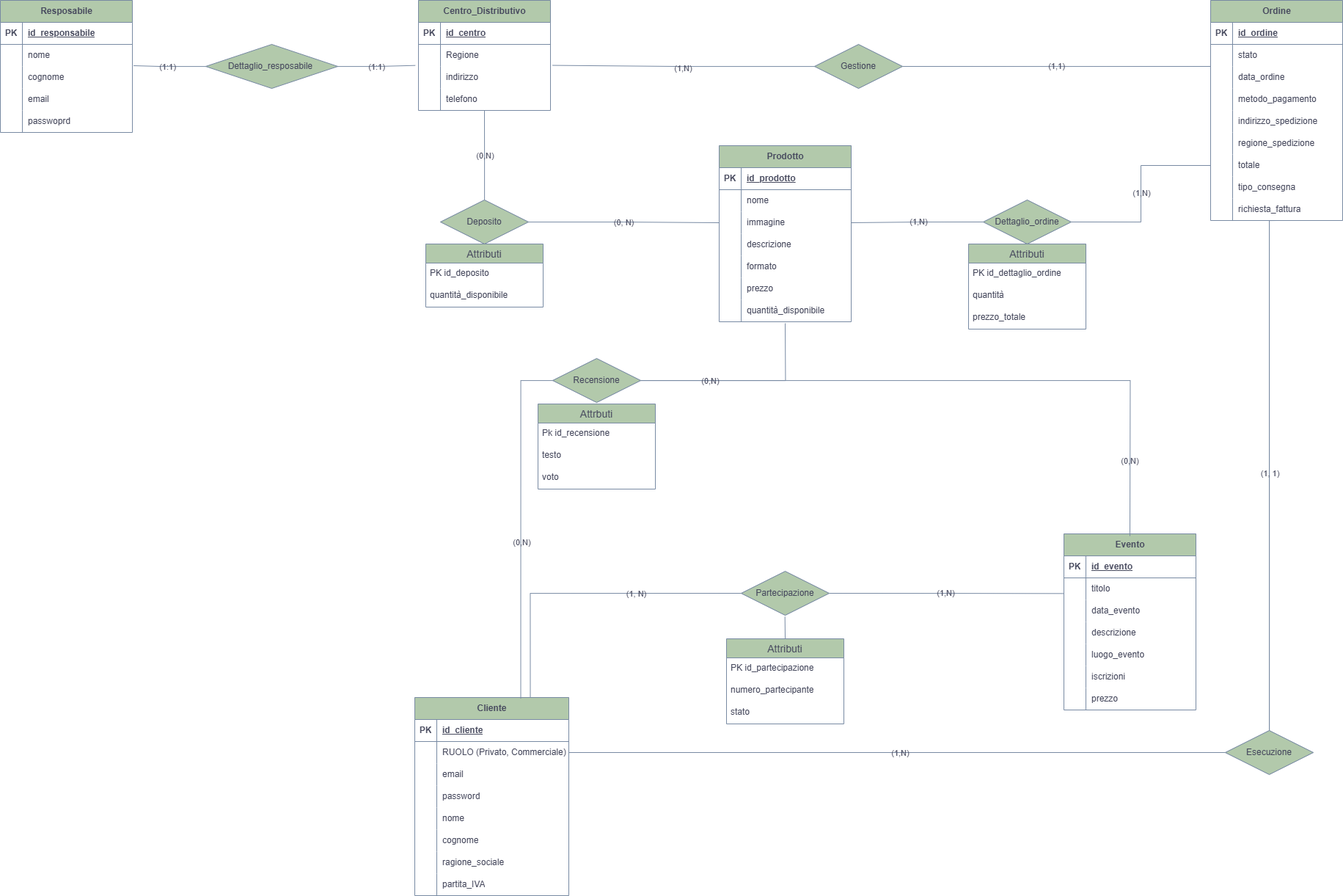
Earlier version of the draw.io export Tenuta_Beltrani.drawio.png (Lara848/Progetto_BdD). Source tidied: cells renumbered, new cells last; positions are measured from the earlier drawing's top-left corner, leaving out a move shared by most shapes.
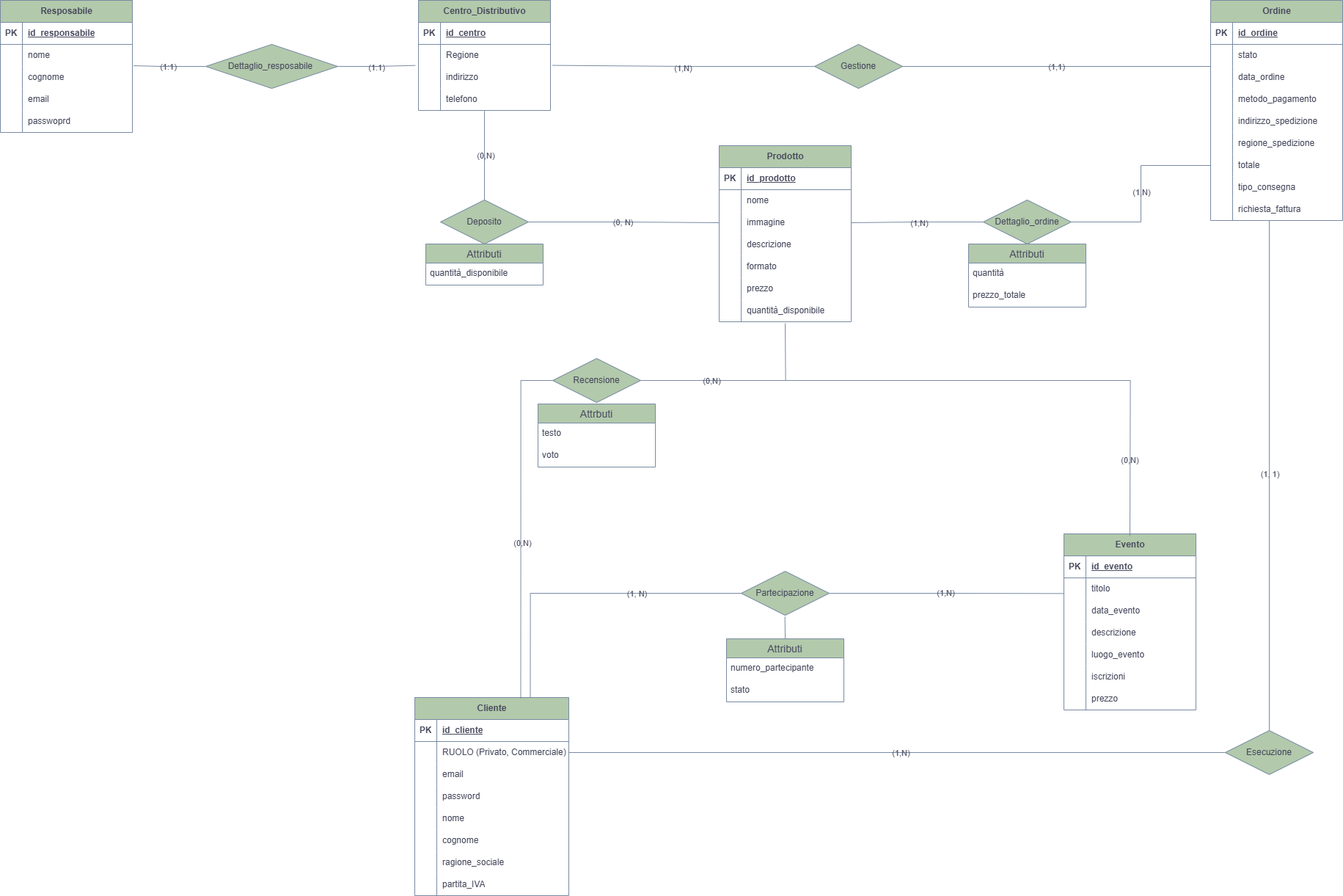
Above is the later version.

The edit, as a diff of the source:
```diff
@@ -358,16 +358,13 @@
       </mxGeometry>
     </mxCell>
     <mxCell id="119" value="Attributi" style="swimlane;fontStyle=0;horizontal=1;startSize=26;align=center;fontSize=14;labelBackgroundColor=none;fillColor=#B2C9AB;strokeColor=#788AA3;fontColor=#46495D;" parent="1" vertex="1">
-      <mxGeometry x="990" y="870" width="160" height="116" as="geometry" />
+      <mxGeometry x="990" y="870" width="160" height="86" as="geometry" />
     </mxCell>
-    <mxCell id="120" value="PK id_partecipazione" style="text;strokeColor=none;fillColor=none;spacingLeft=4;spacingRight=4;overflow=hidden;fontSize=12;whiteSpace=wrap;html=1;labelBackgroundColor=none;fontColor=#46495D;" parent="119" vertex="1">
-      <mxGeometry y="26" width="160" height="30" as="geometry" />
-    </mxCell>
     <mxCell id="121" value="numero_partecipante" style="text;strokeColor=none;fillColor=none;spacingLeft=4;spacingRight=4;overflow=hidden;fontSize=12;whiteSpace=wrap;html=1;labelBackgroundColor=none;fontColor=#46495D;" parent="119" vertex="1">
-      <mxGeometry y="56" width="160" height="30" as="geometry" />
+      <mxGeometry y="26" width="160" height="30" as="geometry" />
     </mxCell>
     <mxCell id="122" value="stato" style="text;strokeColor=none;fillColor=none;spacingLeft=4;spacingRight=4;overflow=hidden;fontSize=12;whiteSpace=wrap;html=1;labelBackgroundColor=none;fontColor=#46495D;" parent="119" vertex="1">
-      <mxGeometry y="86" width="160" height="30" as="geometry" />
+      <mxGeometry y="56" width="160" height="30" as="geometry" />
     </mxCell>
     <mxCell id="123" style="edgeStyle=orthogonalEdgeStyle;rounded=0;jettySize=auto;html=1;exitX=1;exitY=0.5;exitDx=0;exitDy=0;endArrow=none;startFill=0;labelBackgroundColor=none;strokeColor=#788AA3;fontColor=default;" parent="1" edge="1" source="125">
       <mxGeometry relative="1" as="geometry">
@@ -410,16 +407,13 @@
       <mxGeometry x="753" y="488" width="120" height="60" as="geometry" />
     </mxCell>
     <mxCell id="133" value="Attrbuti" style="swimlane;fontStyle=0;horizontal=1;startSize=26;align=center;fontSize=14;labelBackgroundColor=none;fillColor=#B2C9AB;strokeColor=#788AA3;fontColor=#46495D;" parent="1" vertex="1">
-      <mxGeometry x="733" y="550" width="160" height="116" as="geometry" />
+      <mxGeometry x="733" y="550" width="160" height="86" as="geometry" />
     </mxCell>
-    <mxCell id="134" value="Pk id_recensione" style="text;strokeColor=none;fillColor=none;spacingLeft=4;spacingRight=4;overflow=hidden;fontSize=12;whiteSpace=wrap;html=1;labelBackgroundColor=none;fontColor=#46495D;" parent="133" vertex="1">
-      <mxGeometry y="26" width="160" height="30" as="geometry" />
-    </mxCell>
     <mxCell id="135" value="testo" style="text;strokeColor=none;fillColor=none;spacingLeft=4;spacingRight=4;overflow=hidden;fontSize=12;whiteSpace=wrap;html=1;labelBackgroundColor=none;fontColor=#46495D;" parent="133" vertex="1">
-      <mxGeometry y="56" width="160" height="30" as="geometry" />
+      <mxGeometry y="26" width="160" height="30" as="geometry" />
     </mxCell>
     <mxCell id="136" value="voto" style="text;strokeColor=none;fillColor=none;spacingLeft=4;spacingRight=4;overflow=hidden;fontSize=12;whiteSpace=wrap;html=1;labelBackgroundColor=none;fontColor=#46495D;" parent="133" vertex="1">
-      <mxGeometry y="86" width="160" height="30" as="geometry" />
+      <mxGeometry y="56" width="160" height="30" as="geometry" />
     </mxCell>
     <mxCell id="137" style="edgeStyle=orthogonalEdgeStyle;rounded=0;jettySize=auto;html=1;endArrow=none;startFill=0;labelBackgroundColor=none;strokeColor=#788AA3;fontColor=default;" parent="1" edge="1" source="138">
       <mxGeometry relative="1" as="geometry">
@@ -451,16 +445,13 @@
       <mxGeometry x="1340" y="272" width="120" height="60" as="geometry" />
     </mxCell>
     <mxCell id="146" value="Attributi" style="swimlane;fontStyle=0;horizontal=1;startSize=26;align=center;fontSize=14;labelBackgroundColor=none;fillColor=#B2C9AB;strokeColor=#788AA3;fontColor=#46495D;" parent="1" vertex="1">
-      <mxGeometry x="1320" y="332" width="160" height="116" as="geometry" />
+      <mxGeometry x="1320" y="332" width="160" height="86" as="geometry" />
     </mxCell>
-    <mxCell id="147" value="PK id_dettaglio_ordine" style="text;strokeColor=none;fillColor=none;spacingLeft=4;spacingRight=4;overflow=hidden;fontSize=12;whiteSpace=wrap;html=1;labelBackgroundColor=none;fontColor=#46495D;" parent="146" vertex="1">
-      <mxGeometry y="26" width="160" height="30" as="geometry" />
-    </mxCell>
     <mxCell id="148" value="quantità" style="text;strokeColor=none;fillColor=none;spacingLeft=4;spacingRight=4;overflow=hidden;fontSize=12;whiteSpace=wrap;html=1;labelBackgroundColor=none;fontColor=#46495D;" parent="146" vertex="1">
-      <mxGeometry y="56" width="160" height="30" as="geometry" />
+      <mxGeometry y="26" width="160" height="30" as="geometry" />
     </mxCell>
     <mxCell id="149" value="prezzo_totale" style="text;strokeColor=none;fillColor=none;spacingLeft=4;spacingRight=4;overflow=hidden;fontSize=12;whiteSpace=wrap;html=1;labelBackgroundColor=none;fontColor=#46495D;" parent="146" vertex="1">
-      <mxGeometry y="86" width="160" height="30" as="geometry" />
+      <mxGeometry y="56" width="160" height="30" as="geometry" />
     </mxCell>
     <mxCell id="150" style="edgeStyle=orthogonalEdgeStyle;rounded=0;jettySize=auto;html=1;entryX=1.017;entryY=-0.048;entryDx=0;entryDy=0;entryPerimeter=0;labelBackgroundColor=none;strokeColor=#788AA3;fontColor=default;endArrow=none;startFill=0;" parent="1" edge="1" source="125" target="59">
       <mxGeometry relative="1" as="geometry" />
@@ -570,13 +561,10 @@
       <mxGeometry x="0.01" relative="1" as="geometry" />
     </mxCell>
     <mxCell id="180" value="Attributi" style="swimlane;fontStyle=0;horizontal=1;startSize=26;align=center;fontSize=14;strokeColor=#788AA3;fontColor=#46495D;fillColor=#B2C9AB;" parent="1" vertex="1">
-      <mxGeometry x="580" y="332" width="160" height="86" as="geometry" />
+      <mxGeometry x="580" y="332" width="160" height="56" as="geometry" />
     </mxCell>
-    <mxCell id="181" value="PK id_deposito" style="text;strokeColor=none;fillColor=none;spacingLeft=4;spacingRight=4;overflow=hidden;fontSize=12;whiteSpace=wrap;html=1;fontColor=#46495D;" parent="180" vertex="1">
-      <mxGeometry y="26" width="160" height="30" as="geometry" />
-    </mxCell>
     <mxCell id="182" value="quantità_disponibile" style="text;strokeColor=none;fillColor=none;spacingLeft=4;spacingRight=4;overflow=hidden;fontSize=12;whiteSpace=wrap;html=1;fontColor=#46495D;" parent="180" vertex="1">
-      <mxGeometry y="56" width="160" height="30" as="geometry" />
+      <mxGeometry y="26" width="160" height="30" as="geometry" />
     </mxCell>
   </root>
 </mxGraphModel>
```
